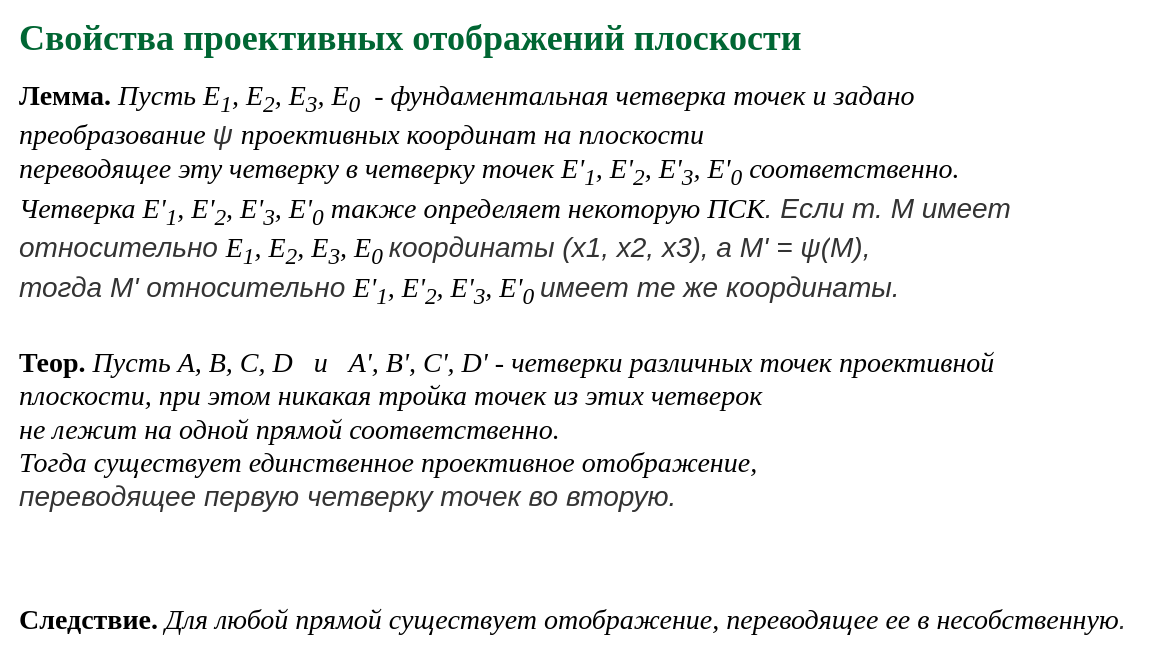
amcp-pit/geom_course keeps this draw.io diagram as page "p07" (7 of 8) of slides/proj_mapp.drawio. Above is the earlier version. Source tidied: cells renumbered, new cells numbered last; positions are measured from the earlier drawing's top-left corner, leaving out a move shared by most shapes. Both pictures are drawn from the tidied source at 100%, with x=0, y=0 at pixel (17, 28).
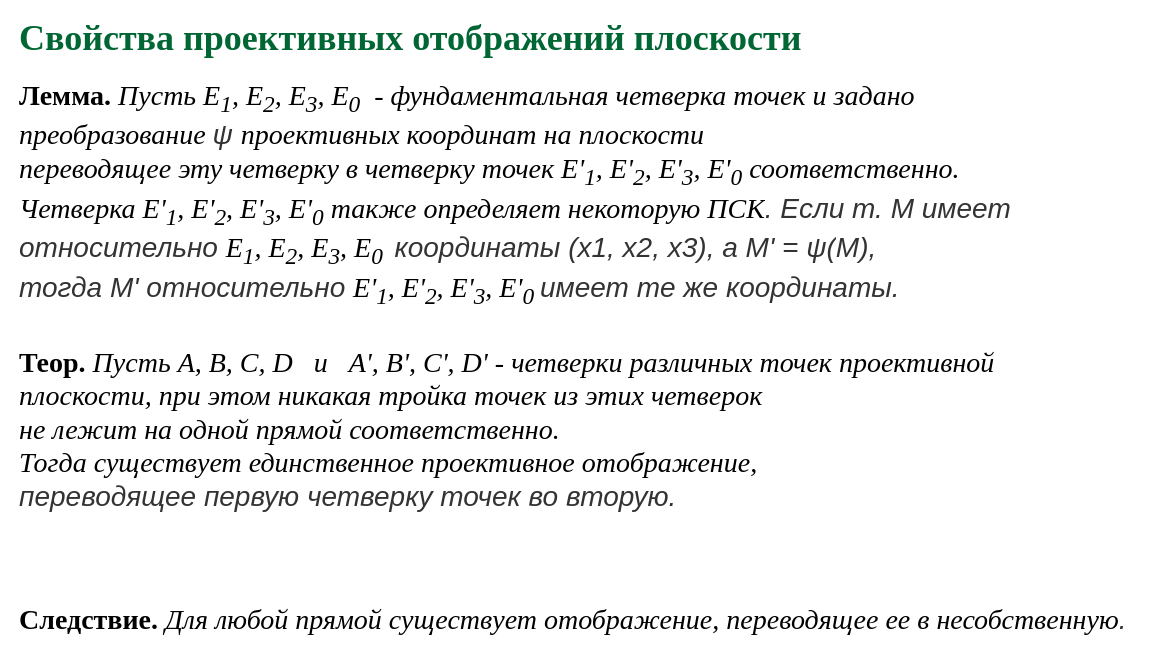
After the change.

Change to the diagram source:
```diff
@@
 <mxGraphModel>
   <root>
     <mxCell id="0" />
     <mxCell id="1" parent="0" />
     <mxCell id="2" value="&lt;font color=&quot;#006633&quot; face=&quot;garamond&quot;&gt;&lt;span style=&quot;font-size: 36px&quot;&gt;&lt;b&gt;Свойства проективных отображений плоскости&lt;/b&gt;&lt;/span&gt;&lt;/font&gt;" style="text;html=1;align=left;verticalAlign=middle;whiteSpace=wrap;rounded=0;" parent="1" vertex="1">
       <mxGeometry width="920" height="20" as="geometry" />
     </mxCell>
     <mxCell id="3" value="&lt;div&gt;&lt;/div&gt;&lt;b style=&quot;font-size: 28px ; font-family: &amp;#34;times new roman&amp;#34;&quot;&gt;Теор.&lt;/b&gt;&lt;span style=&quot;font-size: 28px ; font-family: &amp;#34;times new roman&amp;#34;&quot;&gt;&amp;nbsp;&lt;i&gt;Пусть A, B, C, D&amp;nbsp; &amp;nbsp;и&amp;nbsp; &amp;nbsp;&lt;/i&gt;&lt;/span&gt;&lt;i style=&quot;font-size: 28px ; font-family: &amp;#34;times new roman&amp;#34;&quot;&gt;A', B', C', D'&amp;nbsp;&lt;/i&gt;&lt;span style=&quot;font-size: 28px ; font-family: &amp;#34;times new roman&amp;#34;&quot;&gt;&lt;i&gt;-&lt;/i&gt;&amp;nbsp;&lt;i&gt;четверки различных точек&amp;nbsp;&lt;/i&gt;&lt;/span&gt;&lt;i style=&quot;font-size: 28px ; font-family: &amp;#34;times new roman&amp;#34;&quot;&gt;проективной &lt;br&gt;плоскости,&amp;nbsp;при этом никакая тройка точек из этих четверок &lt;br&gt;не лежит на одной прямой&amp;nbsp;соответственно.&lt;br&gt;Тогда существует единственное проективное отображение,&amp;nbsp;&lt;br&gt;&lt;/i&gt;&lt;span style=&quot;color: rgb(51 , 51 , 51) ; font-family: &amp;#34;u0000&amp;#34; ; font-size: 28px ; text-align: center ; background-color: rgb(255 , 255 , 255)&quot;&gt;&lt;i&gt;переводящее первую четверку точек во вторую.&lt;/i&gt;&lt;br&gt;&lt;/span&gt;" style="text;html=1;align=left;verticalAlign=middle;" parent="1" vertex="1">
       <mxGeometry y="351" width="990" height="100" as="geometry" />
     </mxCell>
     <mxCell id="4" value="&lt;div&gt;&lt;/div&gt;&lt;b style=&quot;font-size: 28px ; font-family: &amp;#34;times new roman&amp;#34;&quot;&gt;Следствие.&lt;/b&gt;&lt;span style=&quot;font-size: 28px ; font-family: &amp;#34;times new roman&amp;#34;&quot;&gt;&amp;nbsp;&lt;i&gt;Для любой прямой существует отображение, переводящее ее в несобственную&lt;/i&gt;&lt;/span&gt;&lt;span style=&quot;color: rgb(51 , 51 , 51) ; font-family: &amp;#34;u0000&amp;#34; ; font-size: 28px ; text-align: center ; background-color: rgb(255 , 255 , 255)&quot;&gt;&lt;i&gt;.&lt;/i&gt;&lt;br&gt;&lt;/span&gt;" style="text;html=1;align=left;verticalAlign=middle;" parent="1" vertex="1">
       <mxGeometry y="581" width="1120" height="20" as="geometry" />
     </mxCell>
-    <mxCell id="5" value="&lt;div&gt;&lt;/div&gt;&lt;b style=&quot;font-size: 28px ; font-family: &amp;#34;times new roman&amp;#34;&quot;&gt;Лемма.&lt;/b&gt;&lt;span style=&quot;font-size: 28px ; font-family: &amp;#34;times new roman&amp;#34;&quot;&gt;&amp;nbsp;&lt;i&gt;Пусть E&lt;sub&gt;1&lt;/sub&gt;, E&lt;sub&gt;2&lt;/sub&gt;, E&lt;sub&gt;3&lt;/sub&gt;, E&lt;sub&gt;0&lt;/sub&gt;&amp;nbsp; - фундаментальная четверка точек и задано &lt;br&gt;преобразование&amp;nbsp;&lt;/i&gt;&lt;/span&gt;&lt;i style=&quot;color: rgb(51 , 51 , 51) ; font-family: &amp;#34;u0000&amp;#34; ; font-size: 28px ; text-align: center&quot;&gt;ψ&amp;nbsp;&lt;/i&gt;&lt;span style=&quot;font-size: 28px ; font-family: &amp;#34;times new roman&amp;#34;&quot;&gt;&lt;i&gt;проективных координат на плоскости&lt;/i&gt;&lt;/span&gt;&lt;i style=&quot;font-size: 28px ; font-family: &amp;#34;times new roman&amp;#34;&quot;&gt;&lt;br&gt;переводящее эту четверку в четверку точек E'&lt;sub&gt;1&lt;/sub&gt;, E'&lt;sub&gt;2&lt;/sub&gt;, E'&lt;sub&gt;3&lt;/sub&gt;, E'&lt;sub&gt;0&lt;/sub&gt; соответственно.&amp;nbsp;&lt;br&gt;Четверка&amp;nbsp;&lt;/i&gt;&lt;i style=&quot;font-size: 28px ; font-family: &amp;#34;times new roman&amp;#34;&quot;&gt;E'&lt;sub&gt;1&lt;/sub&gt;, E'&lt;sub&gt;2&lt;/sub&gt;, E'&lt;sub&gt;3&lt;/sub&gt;, E'&lt;sub&gt;0&lt;/sub&gt; также определяет некоторую ПСК&lt;/i&gt;&lt;span style=&quot;color: rgb(51 , 51 , 51) ; font-family: &amp;#34;u0000&amp;#34; ; font-size: 28px ; text-align: center ; background-color: rgb(255 , 255 , 255)&quot;&gt;&lt;i&gt;. Если т. М имеет &lt;br&gt;относительно&amp;nbsp;&lt;/i&gt;&lt;/span&gt;&lt;i style=&quot;font-family: &amp;#34;times new roman&amp;#34; ; font-size: 28px&quot;&gt;E&lt;sub&gt;1&lt;/sub&gt;, E&lt;sub&gt;2&lt;/sub&gt;, E&lt;sub&gt;3&lt;/sub&gt;, E&lt;sub&gt;0&amp;nbsp;&lt;/sub&gt;&lt;/i&gt;&lt;span style=&quot;color: rgb(51 , 51 , 51) ; font-family: &amp;#34;u0000&amp;#34; ; font-size: 28px ; text-align: center ; background-color: rgb(255 , 255 , 255)&quot;&gt;&lt;i&gt;координаты (x1, x2, x3), а М' =&amp;nbsp;&lt;/i&gt;&lt;/span&gt;&lt;i style=&quot;color: rgb(51 , 51 , 51) ; font-family: &amp;#34;u0000&amp;#34; ; font-size: 28px ; text-align: center&quot;&gt;ψ(&lt;/i&gt;&lt;span style=&quot;color: rgb(51 , 51 , 51) ; font-family: &amp;#34;u0000&amp;#34; ; font-size: 28px ; text-align: center ; background-color: rgb(255 , 255 , 255)&quot;&gt;&lt;i&gt;М), &lt;br&gt;тогда M' относительно&amp;nbsp;&lt;/i&gt;&lt;/span&gt;&lt;i style=&quot;font-size: 28px ; font-family: &amp;#34;times new roman&amp;#34;&quot;&gt;E'&lt;sub&gt;1&lt;/sub&gt;, E'&lt;sub&gt;2&lt;/sub&gt;, E'&lt;sub&gt;3&lt;/sub&gt;, E'&lt;sub&gt;0&amp;nbsp;&lt;/sub&gt;&lt;/i&gt;&lt;span style=&quot;color: rgb(51 , 51 , 51) ; font-family: &amp;#34;u0000&amp;#34; ; font-size: 28px ; text-align: center ; background-color: rgb(255 , 255 , 255)&quot;&gt;&lt;i&gt;имеет те же координаты.&lt;/i&gt;&lt;br&gt;&lt;/span&gt;" style="text;html=1;align=left;verticalAlign=middle;" parent="1" vertex="1">
+    <mxCell id="5" value="&lt;div&gt;&lt;/div&gt;&lt;b style=&quot;font-size: 28px ; font-family: &amp;#34;times new roman&amp;#34;&quot;&gt;Лемма.&lt;/b&gt;&lt;span style=&quot;font-size: 28px ; font-family: &amp;#34;times new roman&amp;#34;&quot;&gt;&amp;nbsp;&lt;i&gt;Пусть E&lt;sub&gt;1&lt;/sub&gt;, E&lt;sub&gt;2&lt;/sub&gt;, E&lt;sub&gt;3&lt;/sub&gt;, E&lt;sub&gt;0&lt;/sub&gt;&amp;nbsp; - фундаментальная четверка точек и задано &lt;br&gt;преобразование&amp;nbsp;&lt;/i&gt;&lt;/span&gt;&lt;i style=&quot;color: rgb(51 , 51 , 51) ; font-family: &amp;#34;u0000&amp;#34; ; font-size: 28px ; text-align: center&quot;&gt;ψ&amp;nbsp;&lt;/i&gt;&lt;span style=&quot;font-size: 28px ; font-family: &amp;#34;times new roman&amp;#34;&quot;&gt;&lt;i&gt;проективных координат на плоскости&lt;/i&gt;&lt;/span&gt;&lt;i style=&quot;font-size: 28px ; font-family: &amp;#34;times new roman&amp;#34;&quot;&gt;&lt;br&gt;переводящее эту четверку в четверку точек E'&lt;sub&gt;1&lt;/sub&gt;, E'&lt;sub&gt;2&lt;/sub&gt;, E'&lt;sub&gt;3&lt;/sub&gt;, E'&lt;sub&gt;0&lt;/sub&gt; соответственно.&amp;nbsp;&lt;br&gt;Четверка&amp;nbsp;&lt;/i&gt;&lt;i style=&quot;font-size: 28px ; font-family: &amp;#34;times new roman&amp;#34;&quot;&gt;E'&lt;sub&gt;1&lt;/sub&gt;, E'&lt;sub&gt;2&lt;/sub&gt;, E'&lt;sub&gt;3&lt;/sub&gt;, E'&lt;sub&gt;0&lt;/sub&gt; также определяет некоторую ПСК&lt;/i&gt;&lt;span style=&quot;color: rgb(51 , 51 , 51) ; font-family: &amp;#34;u0000&amp;#34; ; font-size: 28px ; text-align: center ; background-color: rgb(255 , 255 , 255)&quot;&gt;&lt;i&gt;. Если т. М имеет &lt;br&gt;относительно&amp;nbsp;&lt;/i&gt;&lt;/span&gt;&lt;i style=&quot;font-family: &amp;#34;times new roman&amp;#34; ; font-size: 28px&quot;&gt;E&lt;sub&gt;1&lt;/sub&gt;, E&lt;sub&gt;2&lt;/sub&gt;, E&lt;sub&gt;3&lt;/sub&gt;, E&lt;sub&gt;0&amp;nbsp;&amp;nbsp;&lt;/sub&gt;&lt;/i&gt;&lt;span style=&quot;color: rgb(51 , 51 , 51) ; font-family: &amp;#34;u0000&amp;#34; ; font-size: 28px ; text-align: center ; background-color: rgb(255 , 255 , 255)&quot;&gt;&lt;i&gt;координаты (x1, x2, x3), а М' =&amp;nbsp;&lt;/i&gt;&lt;/span&gt;&lt;i style=&quot;color: rgb(51 , 51 , 51) ; font-family: &amp;#34;u0000&amp;#34; ; font-size: 28px ; text-align: center&quot;&gt;ψ(&lt;/i&gt;&lt;span style=&quot;color: rgb(51 , 51 , 51) ; font-family: &amp;#34;u0000&amp;#34; ; font-size: 28px ; text-align: center ; background-color: rgb(255 , 255 , 255)&quot;&gt;&lt;i&gt;М), &lt;br&gt;тогда M' относительно&amp;nbsp;&lt;/i&gt;&lt;/span&gt;&lt;i style=&quot;font-size: 28px ; font-family: &amp;#34;times new roman&amp;#34;&quot;&gt;E'&lt;sub&gt;1&lt;/sub&gt;, E'&lt;sub&gt;2&lt;/sub&gt;, E'&lt;sub&gt;3&lt;/sub&gt;, E'&lt;sub&gt;0&amp;nbsp;&lt;/sub&gt;&lt;/i&gt;&lt;span style=&quot;color: rgb(51 , 51 , 51) ; font-family: &amp;#34;u0000&amp;#34; ; font-size: 28px ; text-align: center ; background-color: rgb(255 , 255 , 255)&quot;&gt;&lt;i&gt;имеет те же координаты.&lt;/i&gt;&lt;br&gt;&lt;/span&gt;" style="text;html=1;align=left;verticalAlign=middle;" parent="1" vertex="1">
       <mxGeometry y="101" width="980" height="130" as="geometry" />
     </mxCell>
   </root>
 </mxGraphModel>
```
